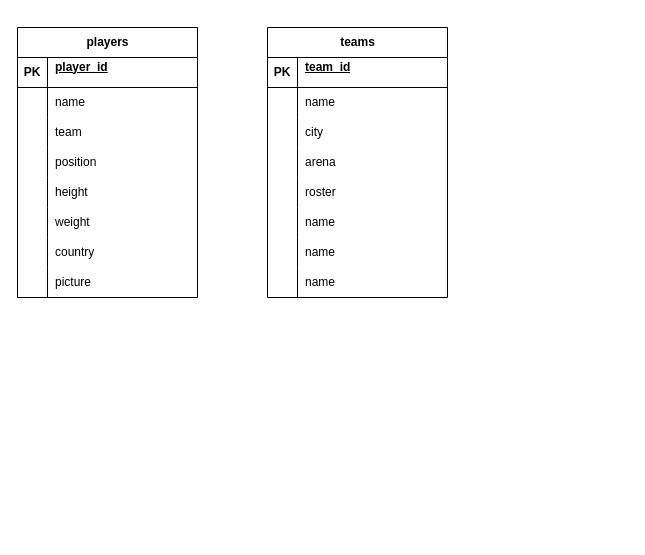
Above: Untitled Diagram.drawio in Xolani-Qwabe/scrapping_nba_data_with_bs4_and_requestsLib (draw.io), before the change. Source tidied: cells renumbered, new cells numbered last; positions are measured from the earlier drawing's top-left corner, leaving out a move shared by most shapes. Both pictures are drawn from the tidied source at 100%, with x=0, y=0 at pixel (17, 27).
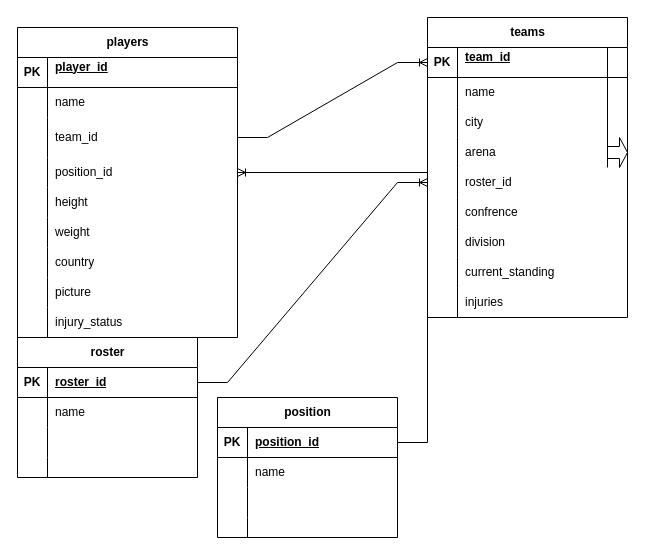
The same diagram, later.

Diff of the diagram source:
```diff
@@
     <mxCell id="2" value="players" style="shape=table;startSize=30;childLayout=tableLayout;rowLines=0;fontStyle=1;align=center;html=1;" parent="1" vertex="1">
-      <mxGeometry width="180" height="270" as="geometry" />
+      <mxGeometry width="220" height="310" as="geometry" />
     </mxCell>
     <mxCell id="3" style="shape=tableRow;horizontal=0;startSize=0;swimlaneHead=0;swimlaneBody=0;fillColor=none;top=0;left=0;right=0;bottom=1;" parent="2" vertex="1">
-      <mxGeometry y="30" width="180" height="30" as="geometry" />
+      <mxGeometry y="30" width="220" height="30" as="geometry" />
     </mxCell>
@@
     <mxCell id="5" value="player_id&lt;div&gt;&lt;br&gt;&lt;/div&gt;" style="shape=partialRectangle;fillColor=none;top=0;left=0;bottom=0;right=0;align=left;spacingLeft=6;fontStyle=5;overflow=hidden;whiteSpace=wrap;html=1;" parent="3" vertex="1">
-      <mxGeometry x="30" width="150" height="30" as="geometry" />
+      <mxGeometry x="30" width="190" height="30" as="geometry" />
     </mxCell>
     <mxCell id="6" style="shape=tableRow;horizontal=0;startSize=0;swimlaneHead=0;swimlaneBody=0;fillColor=none;top=0;left=0;right=0;bottom=0;" parent="2" vertex="1">
-      <mxGeometry y="60" width="180" height="30" as="geometry" />
+      <mxGeometry y="60" width="220" height="30" as="geometry" />
     </mxCell>
@@
     <mxCell id="8" value="name" style="shape=partialRectangle;fillColor=none;top=0;left=0;bottom=0;right=0;align=left;spacingLeft=6;overflow=hidden;whiteSpace=wrap;html=1;" parent="6" vertex="1">
-      <mxGeometry x="30" width="150" height="30" as="geometry" />
+      <mxGeometry x="30" width="190" height="30" as="geometry" />
     </mxCell>
     <mxCell id="9" style="shape=tableRow;horizontal=0;startSize=0;swimlaneHead=0;swimlaneBody=0;fillColor=none;points=[[0,0.5],[1,0.5]];portConstraint=eastwest;top=0;left=0;right=0;bottom=0;" parent="2" vertex="1">
-      <mxGeometry y="90" width="180" height="30" as="geometry" />
+      <mxGeometry y="90" width="220" height="40" as="geometry" />
     </mxCell>
     <mxCell id="10" style="shape=partialRectangle;fillColor=none;top=0;left=0;bottom=0;right=0;overflow=hidden;whiteSpace=wrap;html=1;" parent="9" vertex="1">
-      <mxGeometry width="30" height="30" as="geometry" />
+      <mxGeometry width="30" height="40" as="geometry" />
     </mxCell>
-    <mxCell id="11" value="team" style="shape=partialRectangle;fillColor=none;top=0;left=0;bottom=0;right=0;align=left;spacingLeft=6;overflow=hidden;whiteSpace=wrap;html=1;" parent="9" vertex="1">
-      <mxGeometry x="30" width="150" height="30" as="geometry" />
+    <mxCell id="11" value="team_id" style="shape=partialRectangle;fillColor=none;top=0;left=0;bottom=0;right=0;align=left;spacingLeft=6;overflow=hidden;whiteSpace=wrap;html=1;" parent="9" vertex="1">
+      <mxGeometry x="30" width="190" height="40" as="geometry" />
     </mxCell>
     <mxCell id="12" style="shape=tableRow;horizontal=0;startSize=0;swimlaneHead=0;swimlaneBody=0;fillColor=none;points=[[0,0.5],[1,0.5]];portConstraint=eastwest;top=0;left=0;right=0;bottom=0;" parent="2" vertex="1">
-      <mxGeometry y="120" width="180" height="30" as="geometry" />
+      <mxGeometry y="130" width="220" height="30" as="geometry" />
     </mxCell>
@@
-    <mxCell id="14" value="position" style="shape=partialRectangle;fillColor=none;top=0;left=0;bottom=0;right=0;align=left;spacingLeft=6;overflow=hidden;whiteSpace=wrap;html=1;" parent="12" vertex="1">
-      <mxGeometry x="30" width="150" height="30" as="geometry" />
+    <mxCell id="14" value="position_id" style="shape=partialRectangle;fillColor=none;top=0;left=0;bottom=0;right=0;align=left;spacingLeft=6;overflow=hidden;whiteSpace=wrap;html=1;" parent="12" vertex="1">
+      <mxGeometry x="30" width="190" height="30" as="geometry" />
     </mxCell>
     <mxCell id="15" style="shape=tableRow;horizontal=0;startSize=0;swimlaneHead=0;swimlaneBody=0;fillColor=none;top=0;left=0;right=0;bottom=0;" parent="2" vertex="1">
-      <mxGeometry y="150" width="180" height="30" as="geometry" />
+      <mxGeometry y="160" width="220" height="30" as="geometry" />
     </mxCell>
@@
     <mxCell id="17" value="height" style="shape=partialRectangle;fillColor=none;top=0;left=0;bottom=0;right=0;align=left;spacingLeft=6;overflow=hidden;whiteSpace=wrap;html=1;" parent="15" vertex="1">
-      <mxGeometry x="30" width="150" height="30" as="geometry" />
+      <mxGeometry x="30" width="190" height="30" as="geometry" />
     </mxCell>
     <mxCell id="18" style="shape=tableRow;horizontal=0;startSize=0;swimlaneHead=0;swimlaneBody=0;fillColor=none;top=0;left=0;right=0;bottom=0;" parent="2" vertex="1">
-      <mxGeometry y="180" width="180" height="30" as="geometry" />
+      <mxGeometry y="190" width="220" height="30" as="geometry" />
     </mxCell>
@@
     <mxCell id="20" value="weight" style="shape=partialRectangle;fillColor=none;top=0;left=0;bottom=0;right=0;align=left;spacingLeft=6;overflow=hidden;whiteSpace=wrap;html=1;" parent="18" vertex="1">
-      <mxGeometry x="30" width="150" height="30" as="geometry" />
+      <mxGeometry x="30" width="190" height="30" as="geometry" />
     </mxCell>
     <mxCell id="21" style="shape=tableRow;horizontal=0;startSize=0;swimlaneHead=0;swimlaneBody=0;fillColor=none;top=0;left=0;right=0;bottom=0;" parent="2" vertex="1">
-      <mxGeometry y="210" width="180" height="30" as="geometry" />
+      <mxGeometry y="220" width="220" height="30" as="geometry" />
     </mxCell>
@@
     <mxCell id="23" value="country" style="shape=partialRectangle;fillColor=none;top=0;left=0;bottom=0;right=0;align=left;spacingLeft=6;overflow=hidden;whiteSpace=wrap;html=1;" parent="21" vertex="1">
-      <mxGeometry x="30" width="150" height="30" as="geometry" />
+      <mxGeometry x="30" width="190" height="30" as="geometry" />
     </mxCell>
     <mxCell id="24" style="shape=tableRow;horizontal=0;startSize=0;swimlaneHead=0;swimlaneBody=0;fillColor=none;top=0;left=0;right=0;bottom=0;" parent="2" vertex="1">
-      <mxGeometry y="240" width="180" height="30" as="geometry" />
+      <mxGeometry y="250" width="220" height="30" as="geometry" />
     </mxCell>
@@
     <mxCell id="26" value="picture" style="shape=partialRectangle;fillColor=none;top=0;left=0;bottom=0;right=0;align=left;spacingLeft=6;overflow=hidden;whiteSpace=wrap;html=1;" parent="24" vertex="1">
-      <mxGeometry x="30" width="150" height="30" as="geometry" />
+      <mxGeometry x="30" width="190" height="30" as="geometry" />
     </mxCell>
+    <mxCell id="52" style="shape=tableRow;horizontal=0;startSize=0;swimlaneHead=0;swimlaneBody=0;fillColor=none;top=0;left=0;right=0;bottom=0;" parent="2" vertex="1">
+      <mxGeometry y="280" width="220" height="30" as="geometry" />
+    </mxCell>
+    <mxCell id="53" style="shape=partialRectangle;fillColor=none;top=0;left=0;bottom=0;right=0;overflow=hidden;whiteSpace=wrap;html=1;" parent="52" vertex="1">
+      <mxGeometry width="30" height="30" as="geometry" />
+    </mxCell>
+    <mxCell id="54" value="injury_status" style="shape=partialRectangle;fillColor=none;top=0;left=0;bottom=0;right=0;align=left;spacingLeft=6;overflow=hidden;whiteSpace=wrap;html=1;" parent="52" vertex="1">
+      <mxGeometry x="30" width="190" height="30" as="geometry" />
+    </mxCell>
     <mxCell id="27" value="teams" style="shape=table;startSize=30;childLayout=tableLayout;rowLines=0;fontStyle=1;align=center;html=1;" parent="1" vertex="1">
-      <mxGeometry x="250" width="180" height="270" as="geometry" />
+      <mxGeometry x="410" y="-10" width="200" height="300" as="geometry" />
     </mxCell>
     <mxCell id="28" style="shape=tableRow;horizontal=0;startSize=0;swimlaneHead=0;swimlaneBody=0;fillColor=none;points=[[0,0.5],[1,0.5]];portConstraint=eastwest;top=0;left=0;right=0;bottom=1;" parent="27" vertex="1">
-      <mxGeometry y="30" width="180" height="30" as="geometry" />
+      <mxGeometry y="30" width="200" height="30" as="geometry" />
     </mxCell>
@@
     <mxCell id="30" value="team_id&lt;div&gt;&lt;br&gt;&lt;/div&gt;" style="shape=partialRectangle;fillColor=none;top=0;left=0;bottom=0;right=0;align=left;spacingLeft=6;fontStyle=5;overflow=hidden;whiteSpace=wrap;html=1;" parent="28" vertex="1">
-      <mxGeometry x="30" width="150" height="30" as="geometry" />
+      <mxGeometry x="30" width="170" height="30" as="geometry" />
     </mxCell>
     <mxCell id="31" style="shape=tableRow;horizontal=0;startSize=0;swimlaneHead=0;swimlaneBody=0;fillColor=none;top=0;left=0;right=0;bottom=0;" parent="27" vertex="1">
-      <mxGeometry y="60" width="180" height="30" as="geometry" />
+      <mxGeometry y="60" width="200" height="30" as="geometry" />
     </mxCell>
@@
     <mxCell id="33" value="name" style="shape=partialRectangle;fillColor=none;top=0;left=0;bottom=0;right=0;align=left;spacingLeft=6;overflow=hidden;whiteSpace=wrap;html=1;" parent="31" vertex="1">
-      <mxGeometry x="30" width="150" height="30" as="geometry" />
+      <mxGeometry x="30" width="170" height="30" as="geometry" />
     </mxCell>
     <mxCell id="34" style="shape=tableRow;horizontal=0;startSize=0;swimlaneHead=0;swimlaneBody=0;fillColor=none;top=0;left=0;right=0;bottom=0;" parent="27" vertex="1">
-      <mxGeometry y="90" width="180" height="30" as="geometry" />
+      <mxGeometry y="90" width="200" height="30" as="geometry" />
     </mxCell>
@@
     <mxCell id="36" value="city" style="shape=partialRectangle;fillColor=none;top=0;left=0;bottom=0;right=0;align=left;spacingLeft=6;overflow=hidden;whiteSpace=wrap;html=1;" parent="34" vertex="1">
-      <mxGeometry x="30" width="150" height="30" as="geometry" />
+      <mxGeometry x="30" width="170" height="30" as="geometry" />
     </mxCell>
     <mxCell id="37" style="shape=tableRow;horizontal=0;startSize=0;swimlaneHead=0;swimlaneBody=0;fillColor=none;top=0;left=0;right=0;bottom=0;" parent="27" vertex="1">
-      <mxGeometry y="120" width="180" height="30" as="geometry" />
+      <mxGeometry y="120" width="200" height="30" as="geometry" />
     </mxCell>
@@
+    <mxCell id="55" style="shape=singleArrow;whiteSpace=wrap;html=1;arrowWidth=0.4;arrowSize=0.4;startSize=30;fontStyle=1;" parent="37" vertex="1">
+      <mxGeometry x="180" width="20" height="30" as="geometry" />
+    </mxCell>
     <mxCell id="40" style="shape=tableRow;horizontal=0;startSize=0;swimlaneHead=0;swimlaneBody=0;fillColor=none;points=[[0,0.5],[1,0.5]];portConstraint=eastwest;top=0;left=0;right=0;bottom=0;" parent="27" vertex="1">
-      <mxGeometry y="150" width="180" height="30" as="geometry" />
+      <mxGeometry y="150" width="200" height="30" as="geometry" />
     </mxCell>
@@
-    <mxCell id="42" value="roster" style="shape=partialRectangle;fillColor=none;top=0;left=0;bottom=0;right=0;align=left;spacingLeft=6;overflow=hidden;whiteSpace=wrap;html=1;" parent="40" vertex="1">
-      <mxGeometry x="30" width="150" height="30" as="geometry" />
+    <mxCell id="42" value="roster_id" style="shape=partialRectangle;fillColor=none;top=0;left=0;bottom=0;right=0;align=left;spacingLeft=6;overflow=hidden;whiteSpace=wrap;html=1;" parent="40" vertex="1">
+      <mxGeometry x="30" width="170" height="30" as="geometry" />
     </mxCell>
     <mxCell id="43" style="shape=tableRow;horizontal=0;startSize=0;swimlaneHead=0;swimlaneBody=0;fillColor=none;top=0;left=0;right=0;bottom=0;" parent="27" vertex="1">
-      <mxGeometry y="180" width="180" height="30" as="geometry" />
+      <mxGeometry y="180" width="200" height="30" as="geometry" />
     </mxCell>
@@
-    <mxCell id="45" value="name" style="shape=partialRectangle;fillColor=none;top=0;left=0;bottom=0;right=0;align=left;spacingLeft=6;overflow=hidden;whiteSpace=wrap;html=1;" parent="43" vertex="1">
-      <mxGeometry x="30" width="150" height="30" as="geometry" />
+    <mxCell id="45" value="confrence" style="shape=partialRectangle;fillColor=none;top=0;left=0;bottom=0;right=0;align=left;spacingLeft=6;overflow=hidden;whiteSpace=wrap;html=1;" parent="43" vertex="1">
+      <mxGeometry x="30" width="170" height="30" as="geometry" />
     </mxCell>
     <mxCell id="46" style="shape=tableRow;horizontal=0;startSize=0;swimlaneHead=0;swimlaneBody=0;fillColor=none;top=0;left=0;right=0;bottom=0;" parent="27" vertex="1">
-      <mxGeometry y="210" width="180" height="30" as="geometry" />
+      <mxGeometry y="210" width="200" height="30" as="geometry" />
     </mxCell>
@@
-    <mxCell id="48" value="name" style="shape=partialRectangle;fillColor=none;top=0;left=0;bottom=0;right=0;align=left;spacingLeft=6;overflow=hidden;whiteSpace=wrap;html=1;" parent="46" vertex="1">
-      <mxGeometry x="30" width="150" height="30" as="geometry" />
+    <mxCell id="48" value="division" style="shape=partialRectangle;fillColor=none;top=0;left=0;bottom=0;right=0;align=left;spacingLeft=6;overflow=hidden;whiteSpace=wrap;html=1;" parent="46" vertex="1">
+      <mxGeometry x="30" width="170" height="30" as="geometry" />
     </mxCell>
     <mxCell id="49" style="shape=tableRow;horizontal=0;startSize=0;swimlaneHead=0;swimlaneBody=0;fillColor=none;top=0;left=0;right=0;bottom=0;" parent="27" vertex="1">
-      <mxGeometry y="240" width="180" height="30" as="geometry" />
+      <mxGeometry y="240" width="200" height="30" as="geometry" />
     </mxCell>
@@
-    <mxCell id="51" value="name" style="shape=partialRectangle;fillColor=none;top=0;left=0;bottom=0;right=0;align=left;spacingLeft=6;overflow=hidden;whiteSpace=wrap;html=1;" parent="49" vertex="1">
-      <mxGeometry x="30" width="150" height="30" as="geometry" />
+    <mxCell id="51" value="current_standing" style="shape=partialRectangle;fillColor=none;top=0;left=0;bottom=0;right=0;align=left;spacingLeft=6;overflow=hidden;whiteSpace=wrap;html=1;" parent="49" vertex="1">
+      <mxGeometry x="30" width="170" height="30" as="geometry" />
     </mxCell>
+    <mxCell id="56" style="shape=tableRow;horizontal=0;startSize=0;swimlaneHead=0;swimlaneBody=0;fillColor=none;top=0;left=0;right=0;bottom=0;" parent="27" vertex="1">
+      <mxGeometry y="270" width="200" height="30" as="geometry" />
+    </mxCell>
+    <mxCell id="57" style="shape=partialRectangle;fillColor=none;top=0;left=0;bottom=0;right=0;overflow=hidden;whiteSpace=wrap;html=1;" parent="56" vertex="1">
+      <mxGeometry width="30" height="30" as="geometry" />
+    </mxCell>
+    <mxCell id="58" value="injuries" style="shape=partialRectangle;fillColor=none;top=0;left=0;bottom=0;right=0;align=left;spacingLeft=6;overflow=hidden;whiteSpace=wrap;html=1;" parent="56" vertex="1">
+      <mxGeometry x="30" width="170" height="30" as="geometry" />
+    </mxCell>
+    <mxCell id="59" style="edgeStyle=entityRelationEdgeStyle;fontSize=12;html=1;endArrow=ERoneToMany;rounded=0;" parent="1" edge="1" source="9" target="28">
+      <mxGeometry relative="1" as="geometry">
+        <Array as="points">
+          <mxPoint x="400" y="70" />
+        </Array>
+      </mxGeometry>
+    </mxCell>
+    <mxCell id="60" value="roster" style="shape=table;startSize=30;childLayout=tableLayout;rowLines=0;fontStyle=1;align=center;html=1;" parent="1" vertex="1">
+      <mxGeometry y="310" width="180" height="140" as="geometry" />
+    </mxCell>
+    <mxCell id="61" style="shape=tableRow;horizontal=0;startSize=0;swimlaneHead=0;swimlaneBody=0;fillColor=none;points=[[0,0.5],[1,0.5]];portConstraint=eastwest;top=0;left=0;right=0;bottom=1;" parent="60" vertex="1">
+      <mxGeometry y="30" width="180" height="30" as="geometry" />
+    </mxCell>
+    <mxCell id="62" value="PK" style="shape=partialRectangle;fillColor=none;top=0;left=0;bottom=0;right=0;fontStyle=1;overflow=hidden;whiteSpace=wrap;html=1;" parent="61" vertex="1">
+      <mxGeometry width="30" height="30" as="geometry" />
+    </mxCell>
+    <mxCell id="63" value="roster_id" style="shape=partialRectangle;fillColor=none;top=0;left=0;bottom=0;right=0;align=left;spacingLeft=6;fontStyle=5;overflow=hidden;whiteSpace=wrap;html=1;" parent="61" vertex="1">
+      <mxGeometry x="30" width="150" height="30" as="geometry" />
+    </mxCell>
+    <mxCell id="64" style="shape=tableRow;horizontal=0;startSize=0;swimlaneHead=0;swimlaneBody=0;fillColor=none;top=0;left=0;right=0;bottom=0;" parent="60" vertex="1">
+      <mxGeometry y="60" width="180" height="30" as="geometry" />
+    </mxCell>
+    <mxCell id="65" style="shape=partialRectangle;fillColor=none;top=0;left=0;bottom=0;right=0;overflow=hidden;whiteSpace=wrap;html=1;" parent="64" vertex="1">
+      <mxGeometry width="30" height="30" as="geometry" />
+    </mxCell>
+    <mxCell id="66" value="name" style="shape=partialRectangle;fillColor=none;top=0;left=0;bottom=0;right=0;align=left;spacingLeft=6;overflow=hidden;whiteSpace=wrap;html=1;" parent="64" vertex="1">
+      <mxGeometry x="30" width="150" height="30" as="geometry" />
+    </mxCell>
+    <mxCell id="67" style="shape=tableRow;horizontal=0;startSize=0;swimlaneHead=0;swimlaneBody=0;fillColor=none;top=0;left=0;right=0;bottom=0;" parent="60" vertex="1">
+      <mxGeometry y="90" width="180" height="30" as="geometry" />
+    </mxCell>
+    <mxCell id="68" style="shape=partialRectangle;fillColor=none;top=0;left=0;bottom=0;right=0;overflow=hidden;whiteSpace=wrap;html=1;" parent="67" vertex="1">
+      <mxGeometry width="30" height="30" as="geometry" />
+    </mxCell>
+    <mxCell id="69" style="shape=partialRectangle;fillColor=none;top=0;left=0;bottom=0;right=0;align=left;spacingLeft=6;overflow=hidden;whiteSpace=wrap;html=1;" parent="67" vertex="1">
+      <mxGeometry x="30" width="150" height="30" as="geometry" />
+    </mxCell>
+    <mxCell id="70" style="shape=tableRow;horizontal=0;startSize=0;swimlaneHead=0;swimlaneBody=0;fillColor=none;top=0;left=0;right=0;bottom=0;" parent="60" vertex="1">
+      <mxGeometry y="120" width="180" height="20" as="geometry" />
+    </mxCell>
+    <mxCell id="71" style="shape=partialRectangle;fillColor=none;top=0;left=0;bottom=0;right=0;overflow=hidden;whiteSpace=wrap;html=1;" parent="70" vertex="1">
+      <mxGeometry width="30" height="20" as="geometry" />
+    </mxCell>
+    <mxCell id="72" style="shape=partialRectangle;fillColor=none;top=0;left=0;bottom=0;right=0;align=left;spacingLeft=6;overflow=hidden;whiteSpace=wrap;html=1;" parent="70" vertex="1">
+      <mxGeometry x="30" width="150" height="20" as="geometry" />
+    </mxCell>
+    <mxCell id="73" value="position" style="shape=table;startSize=30;childLayout=tableLayout;rowLines=0;fontStyle=1;align=center;html=1;" parent="1" vertex="1">
+      <mxGeometry x="200" y="370" width="180" height="140" as="geometry" />
+    </mxCell>
+    <mxCell id="74" style="shape=tableRow;horizontal=0;startSize=0;swimlaneHead=0;swimlaneBody=0;fillColor=none;points=[[0,0.5],[1,0.5]];portConstraint=eastwest;top=0;left=0;right=0;bottom=1;" parent="73" vertex="1">
+      <mxGeometry y="30" width="180" height="30" as="geometry" />
+    </mxCell>
+    <mxCell id="75" value="PK" style="shape=partialRectangle;fillColor=none;top=0;left=0;bottom=0;right=0;fontStyle=1;overflow=hidden;whiteSpace=wrap;html=1;" parent="74" vertex="1">
+      <mxGeometry width="30" height="30" as="geometry" />
+    </mxCell>
+    <mxCell id="76" value="position_id" style="shape=partialRectangle;fillColor=none;top=0;left=0;bottom=0;right=0;align=left;spacingLeft=6;fontStyle=5;overflow=hidden;whiteSpace=wrap;html=1;" parent="74" vertex="1">
+      <mxGeometry x="30" width="150" height="30" as="geometry" />
+    </mxCell>
+    <mxCell id="77" style="shape=tableRow;horizontal=0;startSize=0;swimlaneHead=0;swimlaneBody=0;fillColor=none;top=0;left=0;right=0;bottom=0;" parent="73" vertex="1">
+      <mxGeometry y="60" width="180" height="30" as="geometry" />
+    </mxCell>
+    <mxCell id="78" style="shape=partialRectangle;fillColor=none;top=0;left=0;bottom=0;right=0;overflow=hidden;whiteSpace=wrap;html=1;" parent="77" vertex="1">
+      <mxGeometry width="30" height="30" as="geometry" />
+    </mxCell>
+    <mxCell id="79" value="name" style="shape=partialRectangle;fillColor=none;top=0;left=0;bottom=0;right=0;align=left;spacingLeft=6;overflow=hidden;whiteSpace=wrap;html=1;" parent="77" vertex="1">
+      <mxGeometry x="30" width="150" height="30" as="geometry" />
+    </mxCell>
+    <mxCell id="80" style="shape=tableRow;horizontal=0;startSize=0;swimlaneHead=0;swimlaneBody=0;fillColor=none;top=0;left=0;right=0;bottom=0;" parent="73" vertex="1">
+      <mxGeometry y="90" width="180" height="30" as="geometry" />
+    </mxCell>
+    <mxCell id="81" style="shape=partialRectangle;fillColor=none;top=0;left=0;bottom=0;right=0;overflow=hidden;whiteSpace=wrap;html=1;" parent="80" vertex="1">
+      <mxGeometry width="30" height="30" as="geometry" />
+    </mxCell>
+    <mxCell id="82" style="shape=partialRectangle;fillColor=none;top=0;left=0;bottom=0;right=0;align=left;spacingLeft=6;overflow=hidden;whiteSpace=wrap;html=1;" parent="80" vertex="1">
+      <mxGeometry x="30" width="150" height="30" as="geometry" />
+    </mxCell>
+    <mxCell id="83" style="shape=tableRow;horizontal=0;startSize=0;swimlaneHead=0;swimlaneBody=0;fillColor=none;top=0;left=0;right=0;bottom=0;" parent="73" vertex="1">
+      <mxGeometry y="120" width="180" height="20" as="geometry" />
+    </mxCell>
+    <mxCell id="84" style="shape=partialRectangle;fillColor=none;top=0;left=0;bottom=0;right=0;overflow=hidden;whiteSpace=wrap;html=1;" parent="83" vertex="1">
+      <mxGeometry width="30" height="20" as="geometry" />
+    </mxCell>
+    <mxCell id="85" style="shape=partialRectangle;fillColor=none;top=0;left=0;bottom=0;right=0;align=left;spacingLeft=6;overflow=hidden;whiteSpace=wrap;html=1;" parent="83" vertex="1">
+      <mxGeometry x="30" width="150" height="20" as="geometry" />
+    </mxCell>
+    <mxCell id="86" style="edgeStyle=entityRelationEdgeStyle;fontSize=12;html=1;endArrow=ERoneToMany;rounded=0;" parent="1" edge="1" source="61" target="40">
+      <mxGeometry relative="1" as="geometry" />
+    </mxCell>
+    <mxCell id="87" style="edgeStyle=entityRelationEdgeStyle;fontSize=12;html=1;endArrow=ERoneToMany;rounded=0;" parent="1" edge="1" source="74" target="12">
+      <mxGeometry relative="1" as="geometry" />
+    </mxCell>
```
